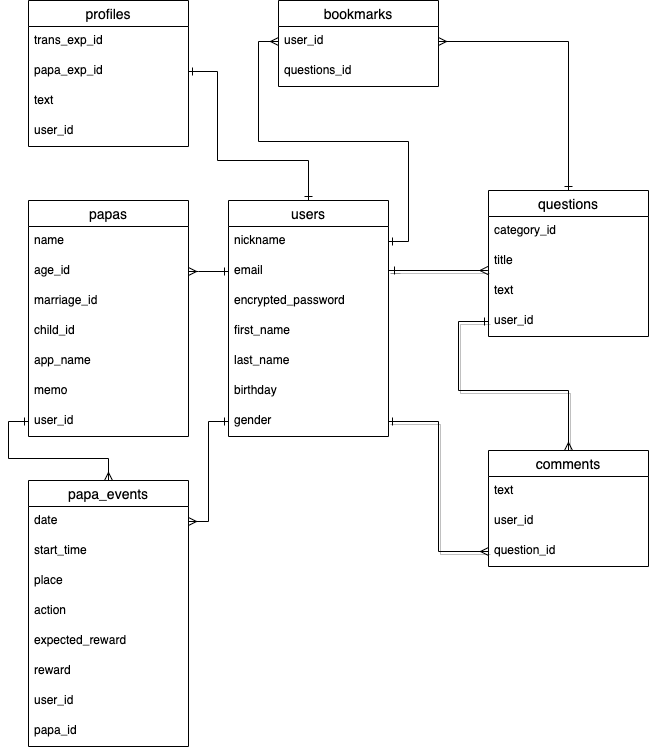
Earlier version of the draw.io export ER.drawio.png (Chukoto/wyvez-test). Source tidied: cells renumbered, new cells last; positions are measured from the earlier drawing's top-left corner, leaving out a move shared by most shapes.
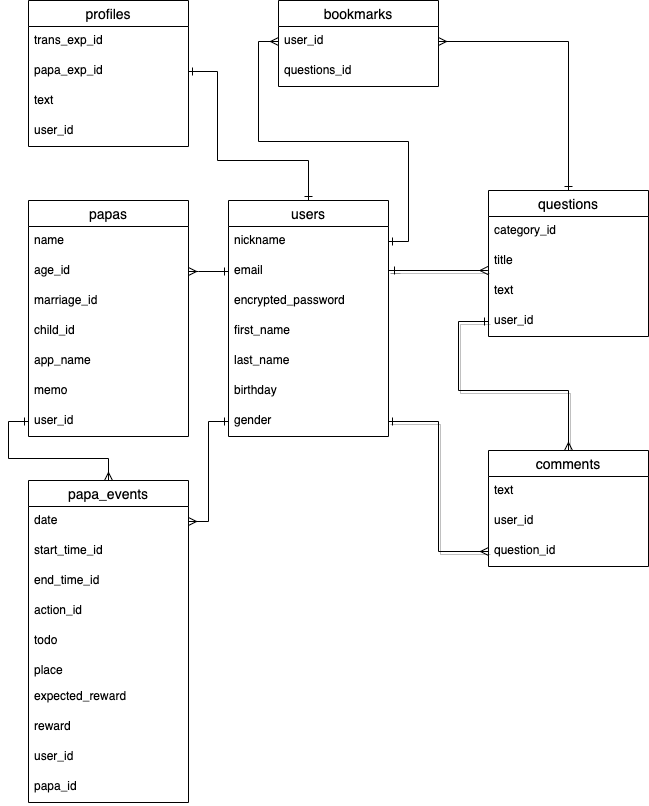
After the change.

Commit message:
ER図とReadMeにpapas_events追加・修正

What changed in the source:
```diff
@@ -153,31 +153,37 @@
       <mxGeometry relative="1" as="geometry" />
     </mxCell>
     <mxCell id="43" value="papa_events" style="swimlane;fontStyle=0;horizontal=1;startSize=26;align=center;fontSize=14;" parent="1" vertex="1">
-      <mxGeometry y="480" width="160" height="266" as="geometry" />
+      <mxGeometry y="480" width="160" height="322" as="geometry" />
     </mxCell>
     <mxCell id="44" value="date" style="text;strokeColor=none;fillColor=none;spacingLeft=4;spacingRight=4;overflow=hidden;points=[[0,0.5],[1,0.5]];portConstraint=eastwest;fontSize=12;" parent="43" vertex="1">
       <mxGeometry y="26" width="160" height="30" as="geometry" />
     </mxCell>
-    <mxCell id="45" value="start_time" style="text;strokeColor=none;fillColor=none;spacingLeft=4;spacingRight=4;overflow=hidden;fontSize=12;" parent="43" vertex="1">
+    <mxCell id="45" value="start_time_id" style="text;strokeColor=none;fillColor=none;spacingLeft=4;spacingRight=4;overflow=hidden;fontSize=12;" parent="43" vertex="1">
       <mxGeometry y="56" width="160" height="30" as="geometry" />
     </mxCell>
+    <mxCell id="53" value="end_time_id" style="text;strokeColor=none;fillColor=none;spacingLeft=4;spacingRight=4;overflow=hidden;fontSize=12;" parent="43" vertex="1">
+      <mxGeometry y="86" width="160" height="30" as="geometry" />
+    </mxCell>
+    <mxCell id="47" value="action_id" style="text;strokeColor=none;fillColor=none;spacingLeft=4;spacingRight=4;overflow=hidden;fontSize=12;" parent="43" vertex="1">
+      <mxGeometry y="116" width="160" height="30" as="geometry" />
+    </mxCell>
+    <mxCell id="54" value="todo" style="text;strokeColor=none;fillColor=none;spacingLeft=4;spacingRight=4;overflow=hidden;fontSize=12;" parent="43" vertex="1">
+      <mxGeometry y="146" width="160" height="30" as="geometry" />
+    </mxCell>
     <mxCell id="46" value="place" style="text;strokeColor=none;fillColor=none;spacingLeft=4;spacingRight=4;overflow=hidden;fontSize=12;" parent="43" vertex="1">
-      <mxGeometry y="86" width="160" height="30" as="geometry" />
+      <mxGeometry y="176" width="160" height="26" as="geometry" />
     </mxCell>
-    <mxCell id="47" value="action" style="text;strokeColor=none;fillColor=none;spacingLeft=4;spacingRight=4;overflow=hidden;fontSize=12;" parent="43" vertex="1">
-      <mxGeometry y="116" width="160" height="30" as="geometry" />
-    </mxCell>
     <mxCell id="48" value="expected_reward" style="text;strokeColor=none;fillColor=none;spacingLeft=4;spacingRight=4;overflow=hidden;fontSize=12;" parent="43" vertex="1">
-      <mxGeometry y="146" width="160" height="30" as="geometry" />
+      <mxGeometry y="202" width="160" height="30" as="geometry" />
     </mxCell>
     <mxCell id="49" value="reward" style="text;strokeColor=none;fillColor=none;spacingLeft=4;spacingRight=4;overflow=hidden;fontSize=12;" parent="43" vertex="1">
-      <mxGeometry y="176" width="160" height="30" as="geometry" />
+      <mxGeometry y="232" width="160" height="30" as="geometry" />
     </mxCell>
     <mxCell id="50" value="user_id" style="text;strokeColor=none;fillColor=none;spacingLeft=4;spacingRight=4;overflow=hidden;fontSize=12;" parent="43" vertex="1">
-      <mxGeometry y="206" width="160" height="30" as="geometry" />
+      <mxGeometry y="262" width="160" height="30" as="geometry" />
     </mxCell>
     <mxCell id="51" value="papa_id" style="text;strokeColor=none;fillColor=none;spacingLeft=4;spacingRight=4;overflow=hidden;fontSize=12;" parent="43" vertex="1">
-      <mxGeometry y="236" width="160" height="30" as="geometry" />
+      <mxGeometry y="292" width="160" height="30" as="geometry" />
     </mxCell>
     <mxCell id="52" style="edgeStyle=orthogonalEdgeStyle;rounded=0;jettySize=auto;html=1;exitX=1;exitY=0.5;exitDx=0;exitDy=0;entryX=0;entryY=0.5;entryDx=0;entryDy=0;endArrow=ERone;endFill=0;startArrow=ERmany;startFill=0;" parent="1" edge="1" source="44" target="32">
       <mxGeometry relative="1" as="geometry" />
```
